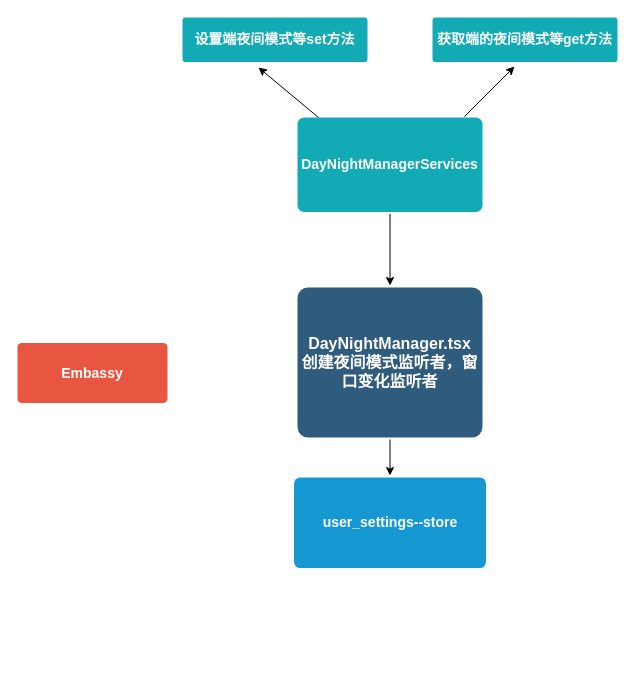
The draw.io diagram Untitled Diagram.drawio in phy-lei/flow-chart, before the edit. Source tidied: cells renumbered, new cells numbered last; positions are measured from the earlier drawing's top-left corner, leaving out a move shared by most shapes. Both pictures are drawn from the tidied source at 100%, with x=0, y=0 at pixel (17, 17).
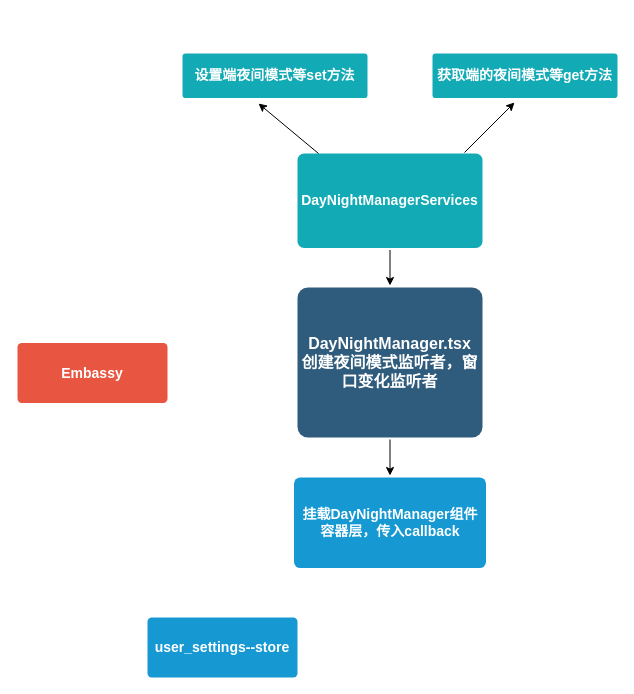
Above is the later version.

Diff of the diagram source:
```diff
@@
 <mxGraphModel>
   <root>
     <mxCell id="0" />
     <mxCell id="1" parent="0" />
     <mxCell id="2" style="edgeStyle=orthogonalEdgeStyle;rounded=0;jettySize=auto;html=1;" parent="1" edge="1" source="3" target="5">
       <mxGeometry relative="1" as="geometry" />
     </mxCell>
     <mxCell id="3" value="DayNightManager.tsx&lt;br&gt;创建夜间模式监听者，窗口变化监听者" style="rounded=1;whiteSpace=wrap;html=1;shadow=0;labelBackgroundColor=none;strokeColor=none;strokeWidth=3;fillColor=#2F5B7C;fontFamily=Helvetica;fontSize=16;fontColor=#FFFFFF;align=center;fontStyle=1;spacing=5;arcSize=7;perimeterSpacing=2;" parent="1" vertex="1">
       <mxGeometry x="280" y="270" width="185" height="150" as="geometry" />
     </mxCell>
     <mxCell id="4" value="Embassy" style="rounded=1;whiteSpace=wrap;html=1;shadow=0;labelBackgroundColor=none;strokeColor=none;strokeWidth=3;fillColor=#e85642;fontFamily=Helvetica;fontSize=14;fontColor=#FFFFFF;align=center;spacing=5;fontStyle=1;arcSize=7;perimeterSpacing=2;" parent="1" vertex="1">
       <mxGeometry y="325.5" width="150" height="60" as="geometry" />
     </mxCell>
-    <mxCell id="5" value="user_settings--store" style="rounded=1;whiteSpace=wrap;html=1;shadow=0;labelBackgroundColor=none;strokeColor=none;strokeWidth=3;fillColor=#1699d3;fontFamily=Helvetica;fontSize=14;fontColor=#FFFFFF;align=center;spacing=5;fontStyle=1;arcSize=7;perimeterSpacing=2;" parent="1" vertex="1">
+    <mxCell id="5" value="挂载DayNightManager组件容器层，传入callback" style="rounded=1;whiteSpace=wrap;html=1;shadow=0;labelBackgroundColor=none;strokeColor=none;strokeWidth=3;fillColor=#1699d3;fontFamily=Helvetica;fontSize=14;fontColor=#FFFFFF;align=center;spacing=5;fontStyle=1;arcSize=7;perimeterSpacing=2;" parent="1" vertex="1">
       <mxGeometry x="276.5" y="460" width="192" height="90.5" as="geometry" />
     </mxCell>
     <mxCell id="6" style="edgeStyle=orthogonalEdgeStyle;rounded=0;jettySize=auto;html=1;" parent="1" edge="1" source="7" target="3">
       <mxGeometry relative="1" as="geometry" />
     </mxCell>
     <mxCell id="7" value="DayNightManagerServices" style="rounded=1;whiteSpace=wrap;html=1;shadow=0;labelBackgroundColor=none;strokeColor=none;strokeWidth=3;fillColor=#12aab5;fontFamily=Helvetica;fontSize=14;fontColor=#FFFFFF;align=center;spacing=5;fontStyle=1;arcSize=7;perimeterSpacing=2;" parent="1" vertex="1">
-      <mxGeometry x="280" y="100" width="185" height="94.5" as="geometry" />
+      <mxGeometry x="280" y="136" width="185" height="94.5" as="geometry" />
     </mxCell>
     <mxCell id="8" style="endArrow=classic;html=1;rounded=0;" parent="1" edge="1">
       <mxGeometry relative="1" as="geometry">
-        <mxPoint x="447" y="99" as="sourcePoint" />
-        <mxPoint x="497" y="49" as="targetPoint" />
+        <mxPoint x="447" y="135" as="sourcePoint" />
+        <mxPoint x="497" y="85" as="targetPoint" />
       </mxGeometry>
     </mxCell>
     <mxCell id="9" value="获取端的夜间模式等get方法" style="rounded=1;whiteSpace=wrap;html=1;shadow=0;labelBackgroundColor=none;strokeColor=none;strokeWidth=3;fillColor=#12aab5;fontFamily=Helvetica;fontSize=14;fontColor=#FFFFFF;align=center;spacing=5;fontStyle=1;arcSize=7;perimeterSpacing=2;" parent="1" vertex="1">
-      <mxGeometry x="415" width="185" height="44.5" as="geometry" />
+      <mxGeometry x="415" y="36" width="185" height="44.5" as="geometry" />
     </mxCell>
     <mxCell id="10" style="endArrow=classic;html=1;rounded=0;" parent="1" edge="1">
       <mxGeometry relative="1" as="geometry">
-        <mxPoint x="301" y="100" as="sourcePoint" />
-        <mxPoint x="241" y="50" as="targetPoint" />
+        <mxPoint x="301" y="136" as="sourcePoint" />
+        <mxPoint x="241" y="86" as="targetPoint" />
       </mxGeometry>
     </mxCell>
     <mxCell id="11" value="设置端夜间模式等set方法" style="rounded=1;whiteSpace=wrap;html=1;shadow=0;labelBackgroundColor=none;strokeColor=none;strokeWidth=3;fillColor=#12aab5;fontFamily=Helvetica;fontSize=14;fontColor=#FFFFFF;align=center;spacing=5;fontStyle=1;arcSize=7;perimeterSpacing=2;" parent="1" vertex="1">
-      <mxGeometry x="165" width="185" height="44.5" as="geometry" />
+      <mxGeometry x="165" y="36" width="185" height="44.5" as="geometry" />
     </mxCell>
+    <mxCell id="12" value="user_settings--store" style="rounded=1;whiteSpace=wrap;html=1;shadow=0;labelBackgroundColor=none;strokeColor=none;strokeWidth=3;fillColor=#1699d3;fontFamily=Helvetica;fontSize=14;fontColor=#FFFFFF;align=center;spacing=5;fontStyle=1;arcSize=7;perimeterSpacing=2;" parent="1" vertex="1">
+      <mxGeometry x="130" y="600" width="150" height="60" as="geometry" />
+    </mxCell>
   </root>
 </mxGraphModel>
```
